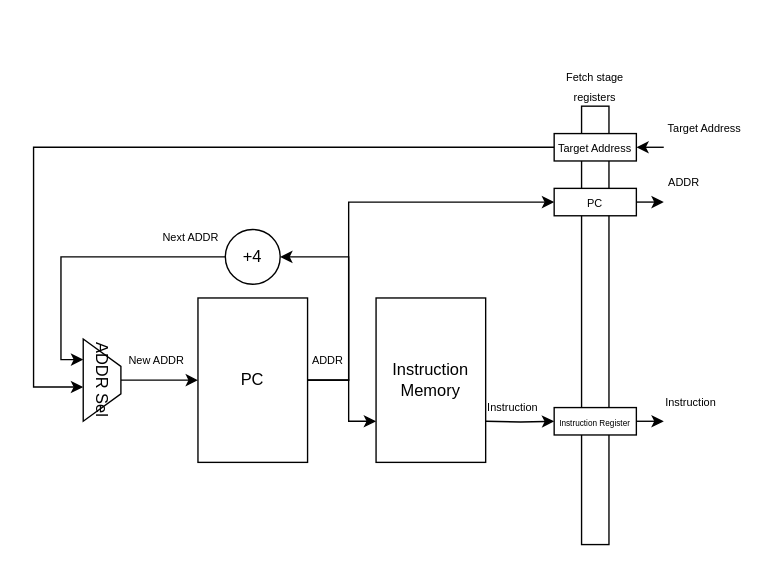
Above: page "Fetch stage" (2 of 6) of docs/imgs/microarchitecture/multi-cycle_datapath.drawio in WachirawichN/C0-CPU (draw.io), before the change. Source tidied: cells renumbered, new cells numbered last; positions are measured from the earlier drawing's top-left corner, leaving out a move shared by most shapes. Both pictures are drawn from the tidied source at 137%, with x=0, y=0 at pixel (33, 78).
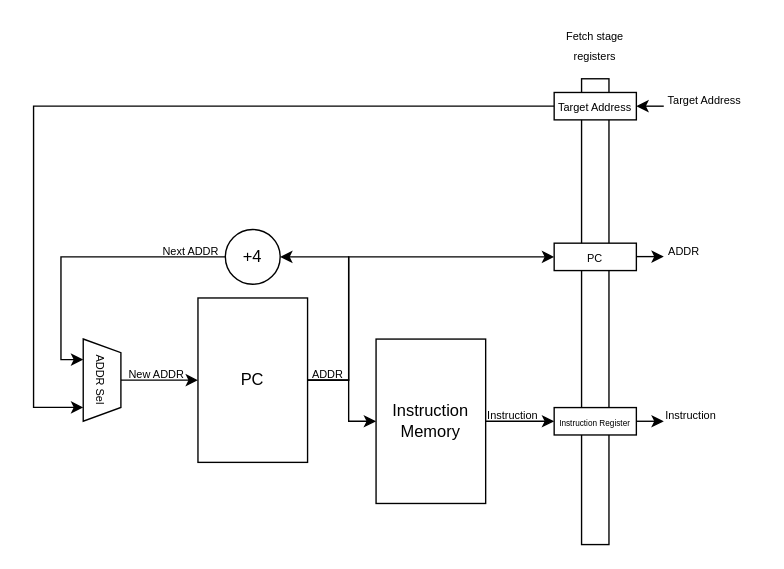
After the change.

Commit message (it also covers changes not shown here):
Finished memory stage diagram.

What changed in the source:
```diff
@@
-    <mxCell id="2" style="group;" parent="1" vertex="1">
-      <mxGeometry x="20" y="110" width="350" height="170" as="geometry" />
-    </mxCell>
+    <mxCell id="21" style="edgeStyle=orthogonalEdgeStyle;rounded=0;jettySize=auto;html=1;entryX=0;entryY=1;entryDx=0;entryDy=0;" parent="1" edge="1" target="31">
+      <mxGeometry relative="1" as="geometry">
+        <mxPoint x="440" y="250" as="sourcePoint" />
+      </mxGeometry>
+    </mxCell>
+    <mxCell id="27" style="edgeStyle=orthogonalEdgeStyle;rounded=0;jettySize=auto;html=1;exitX=1;exitY=0.5;exitDx=0;exitDy=0;entryX=0;entryY=1;entryDx=0;entryDy=0;" parent="1" edge="1" target="30">
+      <mxGeometry relative="1" as="geometry">
+        <mxPoint x="440" y="129.8" as="sourcePoint" />
+      </mxGeometry>
+    </mxCell>
+    <mxCell id="28" style="edgeStyle=orthogonalEdgeStyle;rounded=0;jettySize=auto;html=1;entryX=1;entryY=0.5;entryDx=0;entryDy=0;exitX=0;exitY=1;exitDx=0;exitDy=0;" parent="1" edge="1" source="29">
+      <mxGeometry relative="1" as="geometry">
+        <mxPoint x="440" y="20" as="targetPoint" />
+      </mxGeometry>
+    </mxCell>
+    <mxCell id="29" value="&lt;font style=&quot;font-size: 8px;&quot;&gt;Target Address&lt;/font&gt;" style="text;html=1;whiteSpace=wrap;strokeColor=none;fillColor=none;align=center;verticalAlign=middle;rounded=0;" parent="1" vertex="1">
+      <mxGeometry x="460" y="10" width="60" height="10" as="geometry" />
+    </mxCell>
+    <mxCell id="30" value="&lt;font style=&quot;font-size: 8px;&quot;&gt;ADDR&lt;/font&gt;" style="text;html=1;whiteSpace=wrap;strokeColor=none;fillColor=none;align=center;verticalAlign=middle;rounded=0;" parent="1" vertex="1">
+      <mxGeometry x="460" y="120" width="30" height="10" as="geometry" />
+    </mxCell>
+    <mxCell id="31" value="&lt;font style=&quot;font-size: 8px;&quot;&gt;Instruction&lt;/font&gt;" style="text;html=1;whiteSpace=wrap;strokeColor=none;fillColor=none;align=center;verticalAlign=middle;rounded=0;" parent="1" vertex="1">
+      <mxGeometry x="460" y="240" width="40" height="10" as="geometry" />
+    </mxCell>
-    <mxCell id="3" style="edgeStyle=orthogonalEdgeStyle;rounded=0;jettySize=auto;html=1;entryX=0.25;entryY=1;entryDx=0;entryDy=0;" parent="2" edge="1" source="4" target="14">
+    <mxCell id="3" style="edgeStyle=orthogonalEdgeStyle;rounded=0;jettySize=auto;html=1;entryX=0.25;entryY=1;entryDx=0;entryDy=0;" parent="1" edge="1" source="4" target="14">
       <mxGeometry relative="1" as="geometry">
         <Array as="points">
-          <mxPoint y="20" />
-          <mxPoint y="95" />
+          <mxPoint x="20" y="130" />
+          <mxPoint x="20" y="205" />
         </Array>
       </mxGeometry>
     </mxCell>
-    <mxCell id="4" value="+4" style="ellipse;whiteSpace=wrap;html=1;" parent="2" vertex="1">
-      <mxGeometry x="120" width="40" height="40" as="geometry" />
+    <mxCell id="4" value="+4" style="ellipse;whiteSpace=wrap;html=1;" parent="1" vertex="1">
+      <mxGeometry x="140" y="110" width="40" height="40" as="geometry" />
     </mxCell>
-    <mxCell id="5" style="group;" parent="2" vertex="1">
-      <mxGeometry x="100" y="50" width="80" height="120" as="geometry" />
-    </mxCell>
-    <mxCell id="6" value="&lt;span style=&quot;color: light-dark(rgb(0, 0, 0), rgb(255, 255, 255));&quot;&gt;PC&lt;/span&gt;" style="rounded=0;whiteSpace=wrap;html=1;strokeColor=light-dark(#000000,#FFFFFF);fillColor=light-dark(#FFFFFF,#000000);" parent="5" vertex="1">
-      <mxGeometry width="80" height="120" as="geometry" />
-    </mxCell>
-    <mxCell id="7" style="group;" parent="2" vertex="1">
-      <mxGeometry x="230" y="50" width="80" height="120" as="geometry" />
-    </mxCell>
-    <mxCell id="8" value="Instruction Memory" style="rounded=0;whiteSpace=wrap;html=1;strokeColor=light-dark(#000000,#FFFFFF);fillColor=light-dark(#FFFFFF,#000000);" parent="7" vertex="1">
-      <mxGeometry width="80" height="120" as="geometry" />
-    </mxCell>
-    <mxCell id="9" style="edgeStyle=orthogonalEdgeStyle;rounded=0;jettySize=auto;html=1;entryX=1;entryY=0.5;entryDx=0;entryDy=0;" parent="2" edge="1" target="4">
+    <mxCell id="9" style="edgeStyle=orthogonalEdgeStyle;rounded=0;jettySize=auto;html=1;entryX=1;entryY=0.5;entryDx=0;entryDy=0;" parent="1" edge="1" target="4">
       <mxGeometry relative="1" as="geometry">
-        <mxPoint x="180" y="110" as="sourcePoint" />
+        <mxPoint x="200" y="220" as="sourcePoint" />
         <Array as="points">
-          <mxPoint x="210" y="110" />
-          <mxPoint x="210" y="20" />
+          <mxPoint x="230" y="220" />
+          <mxPoint x="230" y="130" />
         </Array>
       </mxGeometry>
     </mxCell>
-    <mxCell id="10" style="edgeStyle=orthogonalEdgeStyle;rounded=0;jettySize=auto;html=1;entryX=0;entryY=0.75;entryDx=0;entryDy=0;" parent="2" edge="1" source="6" target="8">
+    <mxCell id="10" style="edgeStyle=orthogonalEdgeStyle;rounded=0;jettySize=auto;html=1;entryX=0;entryY=0.5;entryDx=0;entryDy=0;" parent="1" edge="1" source="6" target="8">
       <mxGeometry relative="1" as="geometry">
         <Array as="points">
-          <mxPoint x="210" y="110" />
-          <mxPoint x="210" y="140" />
+          <mxPoint x="230" y="220" />
+          <mxPoint x="230" y="250" />
         </Array>
       </mxGeometry>
     </mxCell>
-    <mxCell id="11" style="edgeStyle=orthogonalEdgeStyle;rounded=0;jettySize=auto;html=1;entryX=0;entryY=0.5;entryDx=0;entryDy=0;" parent="2" edge="1" target="24">
+    <mxCell id="11" style="edgeStyle=orthogonalEdgeStyle;rounded=0;jettySize=auto;html=1;entryX=0;entryY=0.5;entryDx=0;entryDy=0;exitX=1;exitY=0.5;exitDx=0;exitDy=0;" parent="1" edge="1" source="8">
       <mxGeometry relative="1" as="geometry">
-        <mxPoint x="310" y="140" as="sourcePoint" />
+        <mxPoint x="380" y="250" as="targetPoint" />
       </mxGeometry>
     </mxCell>
-    <mxCell id="12" style="edgeStyle=orthogonalEdgeStyle;rounded=0;jettySize=auto;html=1;entryX=0;entryY=0.5;entryDx=0;entryDy=0;" parent="2" edge="1" target="25">
+    <mxCell id="12" style="edgeStyle=orthogonalEdgeStyle;rounded=0;orthogonalLoop=1;jettySize=auto;html=1;entryX=0;entryY=0.5;entryDx=0;entryDy=0;" parent="1" edge="1">
       <mxGeometry relative="1" as="geometry">
-        <mxPoint x="180" y="110" as="sourcePoint" />
+        <mxPoint x="200" y="220" as="sourcePoint" />
+        <mxPoint x="380" y="130" as="targetPoint" />
         <Array as="points">
-          <mxPoint x="210" y="110" />
-          <mxPoint x="210" y="-20" />
+          <mxPoint x="230" y="220" />
+          <mxPoint x="230" y="130" />
         </Array>
       </mxGeometry>
     </mxCell>
-    <mxCell id="13" style="edgeStyle=orthogonalEdgeStyle;rounded=0;jettySize=auto;html=1;entryX=0;entryY=0.5;entryDx=0;entryDy=0;" parent="2" edge="1" source="14">
+    <mxCell id="13" style="edgeStyle=orthogonalEdgeStyle;rounded=0;jettySize=auto;html=1;entryX=0;entryY=0.5;entryDx=0;entryDy=0;" parent="1" edge="1" source="14">
       <mxGeometry relative="1" as="geometry">
-        <mxPoint x="100" y="110" as="targetPoint" />
+        <mxPoint x="120" y="220" as="targetPoint" />
       </mxGeometry>
     </mxCell>
-    <mxCell id="14" value="ADDR Sel" style="shape=trapezoid;perimeter=trapezoidPerimeter;whiteSpace=wrap;html=1;fixedSize=1;rotation=90;" parent="2" vertex="1">
-      <mxGeometry y="96.2" width="60" height="27.5" as="geometry" />
+    <mxCell id="14" value="&lt;font style=&quot;font-size: 8px;&quot;&gt;ADDR Sel&lt;/font&gt;" style="shape=trapezoid;perimeter=trapezoidPerimeter;whiteSpace=wrap;html=1;fixedSize=1;rotation=90;size=10;" parent="1" vertex="1">
+      <mxGeometry x="20" y="206.2" width="60" height="27.5" as="geometry" />
     </mxCell>
-    <mxCell id="15" style="edgeStyle=orthogonalEdgeStyle;rounded=0;jettySize=auto;html=1;entryX=0.75;entryY=1;entryDx=0;entryDy=0;exitX=0;exitY=0.5;exitDx=0;exitDy=0;" parent="2" edge="1" source="26">
+    <mxCell id="15" style="edgeStyle=orthogonalEdgeStyle;rounded=0;jettySize=auto;html=1;entryX=0.832;entryY=0.999;entryDx=0;entryDy=0;entryPerimeter=0;exitX=0;exitY=0.5;exitDx=0;exitDy=0;" parent="1" edge="1" source="26" target="14">
       <mxGeometry relative="1" as="geometry">
-        <mxPoint x="16.2" y="115" as="targetPoint" />
         <Array as="points">
-          <mxPoint x="-20" y="-60" />
-          <mxPoint x="-20" y="115" />
+          <mxPoint y="20" />
+          <mxPoint y="240" />
         </Array>
       </mxGeometry>
     </mxCell>
-    <mxCell id="16" value="&lt;font style=&quot;font-size: 8px;&quot;&gt;New ADDR&lt;/font&gt;" style="text;html=1;whiteSpace=wrap;strokeColor=none;fillColor=none;align=center;verticalAlign=middle;rounded=0;" parent="2" vertex="1">
-      <mxGeometry x="40" y="90" width="60" height="10" as="geometry" />
+    <mxCell id="16" value="&lt;font style=&quot;font-size: 8px;&quot;&gt;New ADDR&lt;/font&gt;" style="text;html=1;whiteSpace=wrap;strokeColor=none;fillColor=none;align=center;verticalAlign=middle;rounded=0;" parent="1" vertex="1">
+      <mxGeometry x="60" y="210" width="60" height="10" as="geometry" />
     </mxCell>
-    <mxCell id="17" value="&lt;font style=&quot;font-size: 8px;&quot;&gt;ADDR&lt;/font&gt;" style="text;html=1;whiteSpace=wrap;strokeColor=none;fillColor=none;align=center;verticalAlign=middle;rounded=0;" parent="2" vertex="1">
-      <mxGeometry x="180" y="90" width="30" height="10" as="geometry" />
+    <mxCell id="17" value="&lt;font style=&quot;font-size: 8px;&quot;&gt;ADDR&lt;/font&gt;" style="text;html=1;whiteSpace=wrap;strokeColor=none;fillColor=none;align=center;verticalAlign=middle;rounded=0;" parent="1" vertex="1">
+      <mxGeometry x="200" y="210" width="30" height="10" as="geometry" />
     </mxCell>
-    <mxCell id="18" value="&lt;font style=&quot;font-size: 8px;&quot;&gt;Next ADDR&lt;/font&gt;" style="text;html=1;whiteSpace=wrap;strokeColor=none;fillColor=none;align=center;verticalAlign=middle;rounded=0;" parent="2" vertex="1">
-      <mxGeometry x="70" width="50" height="10" as="geometry" />
+    <mxCell id="18" value="&lt;font style=&quot;font-size: 8px;&quot;&gt;Next ADDR&lt;/font&gt;" style="text;html=1;whiteSpace=wrap;strokeColor=none;fillColor=none;align=center;verticalAlign=middle;rounded=0;" parent="1" vertex="1">
+      <mxGeometry x="90" y="120" width="50" height="10" as="geometry" />
     </mxCell>
-    <mxCell id="19" value="&lt;font style=&quot;font-size: 8px;&quot;&gt;Instruction&lt;/font&gt;" style="text;html=1;whiteSpace=wrap;strokeColor=none;fillColor=none;align=center;verticalAlign=middle;rounded=0;" parent="2" vertex="1">
-      <mxGeometry x="310" y="123.8" width="40" height="10" as="geometry" />
+    <mxCell id="19" value="&lt;font style=&quot;font-size: 8px;&quot;&gt;Instruction&lt;/font&gt;" style="text;html=1;whiteSpace=wrap;strokeColor=none;fillColor=none;align=center;verticalAlign=middle;rounded=0;" parent="1" vertex="1">
+      <mxGeometry x="330" y="240" width="40" height="10" as="geometry" />
     </mxCell>
-    <mxCell id="20" style="group;" parent="1" vertex="1">
-      <mxGeometry x="380" width="150" height="340" as="geometry" />
-    </mxCell>
-    <mxCell id="21" style="edgeStyle=orthogonalEdgeStyle;rounded=0;jettySize=auto;html=1;entryX=0;entryY=0.5;entryDx=0;entryDy=0;" parent="20" edge="1" source="24">
-      <mxGeometry relative="1" as="geometry">
-        <mxPoint x="80" y="250" as="targetPoint" />
-      </mxGeometry>
-    </mxCell>
-    <mxCell id="22" style="rounded=0;whiteSpace=wrap;html=1;strokeColor=light-dark(#000000,#FFFFFF);fillColor=light-dark(#FFFFFF,#000000);" parent="20" vertex="1">
-      <mxGeometry x="20" y="20" width="20" height="320" as="geometry" />
-    </mxCell>
+    <mxCell id="6" value="&lt;span style=&quot;color: light-dark(rgb(0, 0, 0), rgb(255, 255, 255));&quot;&gt;PC&lt;/span&gt;" style="rounded=0;whiteSpace=wrap;html=1;strokeColor=light-dark(#000000,#FFFFFF);fillColor=light-dark(#FFFFFF,#000000);" parent="1" vertex="1">
+      <mxGeometry x="120" y="160" width="80" height="120" as="geometry" />
+    </mxCell>
+    <mxCell id="8" value="Instruction Memory" style="rounded=0;whiteSpace=wrap;html=1;strokeColor=light-dark(#000000,#FFFFFF);fillColor=light-dark(#FFFFFF,#000000);" parent="1" vertex="1">
+      <mxGeometry x="250" y="190" width="80" height="120" as="geometry" />
+    </mxCell>
+    <mxCell id="32" style="group;" parent="1" vertex="1">
+      <mxGeometry x="380" y="-30" width="60" height="370" as="geometry" />
+    </mxCell>
+    <mxCell id="33" style="rounded=0;whiteSpace=wrap;html=1;strokeColor=light-dark(#000000,#FFFFFF);fillColor=light-dark(#FFFFFF,#000000);" parent="32" vertex="1">
+      <mxGeometry x="20" y="30" width="20" height="340" as="geometry" />
+    </mxCell>
-    <mxCell id="23" value="&lt;font style=&quot;font-size: 8px;&quot;&gt;Fetch stage registers&lt;/font&gt;" style="text;html=1;whiteSpace=wrap;strokeColor=none;fillColor=none;align=center;verticalAlign=middle;rounded=0;" parent="20" vertex="1">
-      <mxGeometry width="60" height="10" as="geometry" />
+    <mxCell id="23" value="&lt;font style=&quot;font-size: 8px;&quot;&gt;Fetch stage registers&lt;/font&gt;" style="text;html=1;whiteSpace=wrap;strokeColor=none;fillColor=none;align=center;verticalAlign=middle;rounded=0;" parent="32" vertex="1">
+      <mxGeometry y="-10" width="60" height="30" as="geometry" />
     </mxCell>
-    <mxCell id="24" value="&lt;div&gt;&lt;font style=&quot;font-size: 6px;&quot;&gt;Instruction Register&lt;/font&gt;&lt;/div&gt;" style="rounded=0;whiteSpace=wrap;html=1;strokeColor=light-dark(#000000,#FFFFFF);fillColor=light-dark(#FFFFFF,#000000);" parent="20" vertex="1">
-      <mxGeometry y="240" width="60" height="20" as="geometry" />
+    <mxCell id="24" value="&lt;div&gt;&lt;font style=&quot;font-size: 6px;&quot;&gt;Instruction Register&lt;/font&gt;&lt;/div&gt;" style="rounded=0;whiteSpace=wrap;html=1;strokeColor=light-dark(#000000,#FFFFFF);fillColor=light-dark(#FFFFFF,#000000);" parent="32" vertex="1">
+      <mxGeometry y="270" width="60" height="20" as="geometry" />
     </mxCell>
-    <mxCell id="25" value="&lt;font style=&quot;font-size: 8px;&quot;&gt;PC&lt;/font&gt;" style="rounded=0;whiteSpace=wrap;html=1;strokeColor=light-dark(#000000,#FFFFFF);fillColor=light-dark(#FFFFFF,#000000);" parent="20" vertex="1">
-      <mxGeometry y="80" width="60" height="20" as="geometry" />
+    <mxCell id="25" value="&lt;font style=&quot;font-size: 8px;&quot;&gt;PC&lt;/font&gt;" style="rounded=0;whiteSpace=wrap;html=1;strokeColor=light-dark(#000000,#FFFFFF);fillColor=light-dark(#FFFFFF,#000000);" parent="32" vertex="1">
+      <mxGeometry y="150" width="60" height="20" as="geometry" />
     </mxCell>
-    <mxCell id="26" value="&lt;font style=&quot;font-size: 8px;&quot;&gt;Target Address&lt;/font&gt;" style="rounded=0;whiteSpace=wrap;html=1;strokeColor=light-dark(#000000,#FFFFFF);fillColor=light-dark(#FFFFFF,#000000);" parent="20" vertex="1">
+    <mxCell id="26" value="&lt;font style=&quot;font-size: 8px;&quot;&gt;Target Address&lt;/font&gt;" style="rounded=0;whiteSpace=wrap;html=1;strokeColor=light-dark(#000000,#FFFFFF);fillColor=light-dark(#FFFFFF,#000000);" parent="32" vertex="1">
       <mxGeometry y="40" width="60" height="20" as="geometry" />
     </mxCell>
-    <mxCell id="27" style="edgeStyle=orthogonalEdgeStyle;rounded=0;jettySize=auto;html=1;exitX=1;exitY=0.5;exitDx=0;exitDy=0;" parent="20" edge="1" source="25">
-      <mxGeometry relative="1" as="geometry">
-        <mxPoint x="80" y="90" as="targetPoint" />
-      </mxGeometry>
-    </mxCell>
-    <mxCell id="28" style="edgeStyle=orthogonalEdgeStyle;rounded=0;jettySize=auto;html=1;entryX=1;entryY=0.5;entryDx=0;entryDy=0;" parent="20" edge="1" target="26">
-      <mxGeometry relative="1" as="geometry">
-        <mxPoint x="80" y="50" as="sourcePoint" />
-      </mxGeometry>
-    </mxCell>
-    <mxCell id="29" value="&lt;font style=&quot;font-size: 8px;&quot;&gt;Target Address&lt;/font&gt;" style="text;html=1;whiteSpace=wrap;strokeColor=none;fillColor=none;align=center;verticalAlign=middle;rounded=0;" parent="20" vertex="1">
-      <mxGeometry x="80" y="30" width="60" height="10" as="geometry" />
-    </mxCell>
-    <mxCell id="30" value="&lt;font style=&quot;font-size: 8px;&quot;&gt;ADDR&lt;/font&gt;" style="text;html=1;whiteSpace=wrap;strokeColor=none;fillColor=none;align=center;verticalAlign=middle;rounded=0;" parent="20" vertex="1">
-      <mxGeometry x="80" y="70" width="30" height="10" as="geometry" />
-    </mxCell>
-    <mxCell id="31" value="&lt;font style=&quot;font-size: 8px;&quot;&gt;Instruction&lt;/font&gt;" style="text;html=1;whiteSpace=wrap;strokeColor=none;fillColor=none;align=center;verticalAlign=middle;rounded=0;" parent="20" vertex="1">
-      <mxGeometry x="80" y="230" width="40" height="10" as="geometry" />
-    </mxCell>
```
